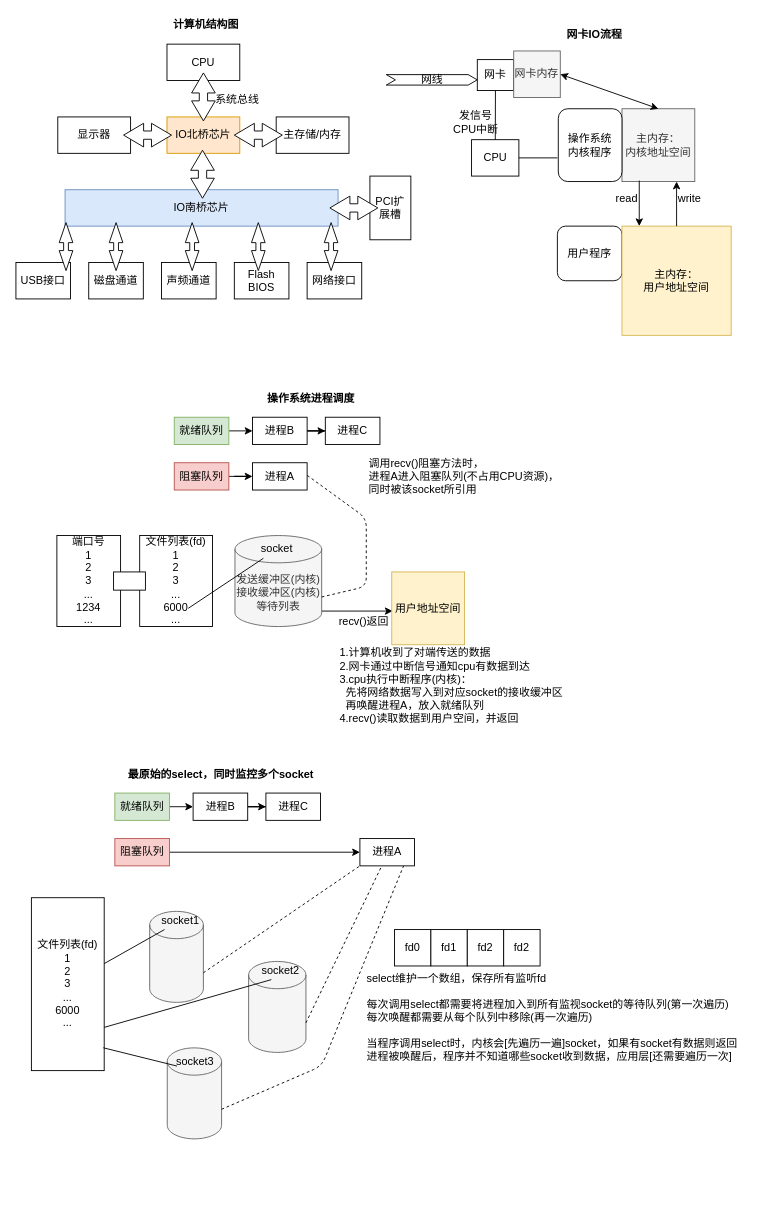
xuelei20/drawio keeps this draw.io diagram as epoll.drawio. Above is the earlier version. Source tidied: cells renumbered, new cells numbered last; positions are measured from the earlier drawing's top-left corner, leaving out a move shared by most shapes. Both pictures are drawn from the tidied source at 91%, with x=0, y=0 at pixel (15, 15).
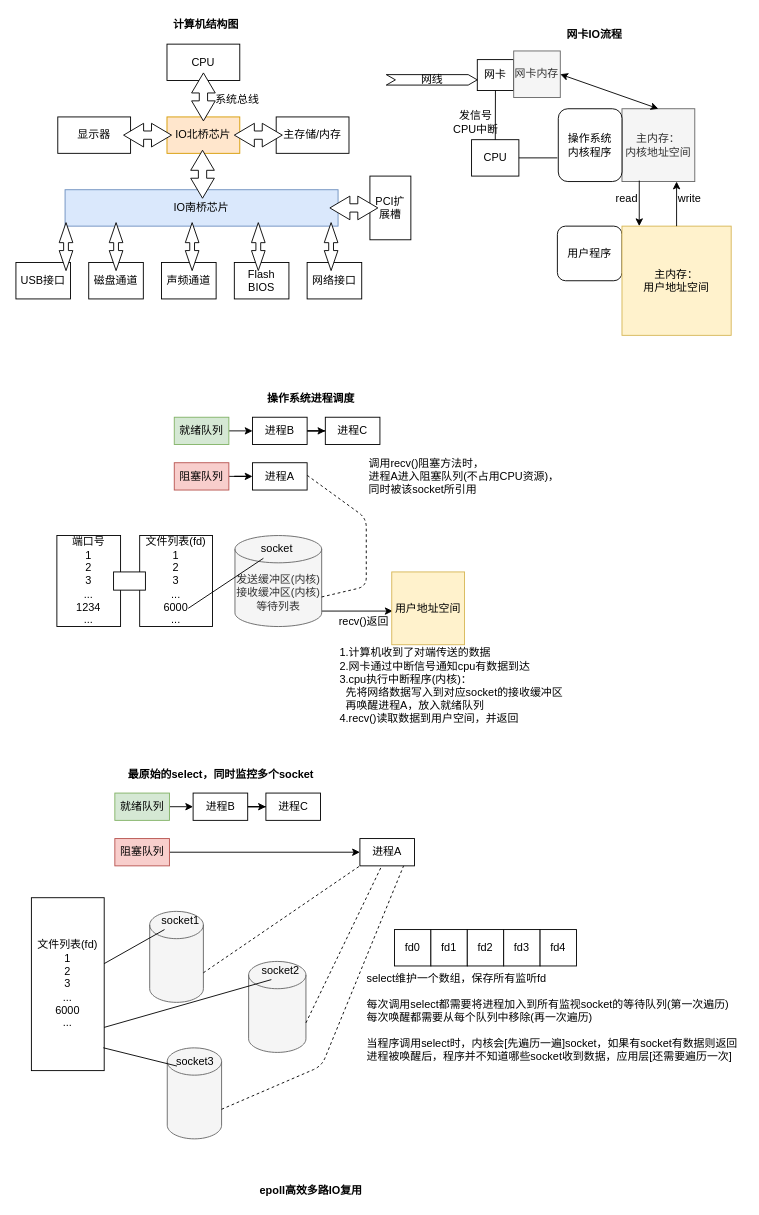
After the change.

What changed in the source:
```diff
@@
-    <mxCell id="88" value="fd2" style="rounded=0;whiteSpace=wrap;html=1;" parent="1" vertex="1">
+    <mxCell id="88" value="fd3" style="rounded=0;whiteSpace=wrap;html=1;" parent="1" vertex="1">
       <mxGeometry x="536" y="1004" width="40" height="40" as="geometry" />
     </mxCell>
@@
+    <mxCell id="90" value="fd4" style="rounded=0;whiteSpace=wrap;html=1;" parent="1" vertex="1">
+      <mxGeometry x="576" y="1004" width="40" height="40" as="geometry" />
+    </mxCell>
+    <mxCell id="91" value="epoll高效多路IO复用" style="text;html=1;align=center;verticalAlign=middle;fontStyle=1;" parent="1" vertex="1">
+      <mxGeometry x="259" y="1281" width="130" height="20" as="geometry" />
+    </mxCell>
```
